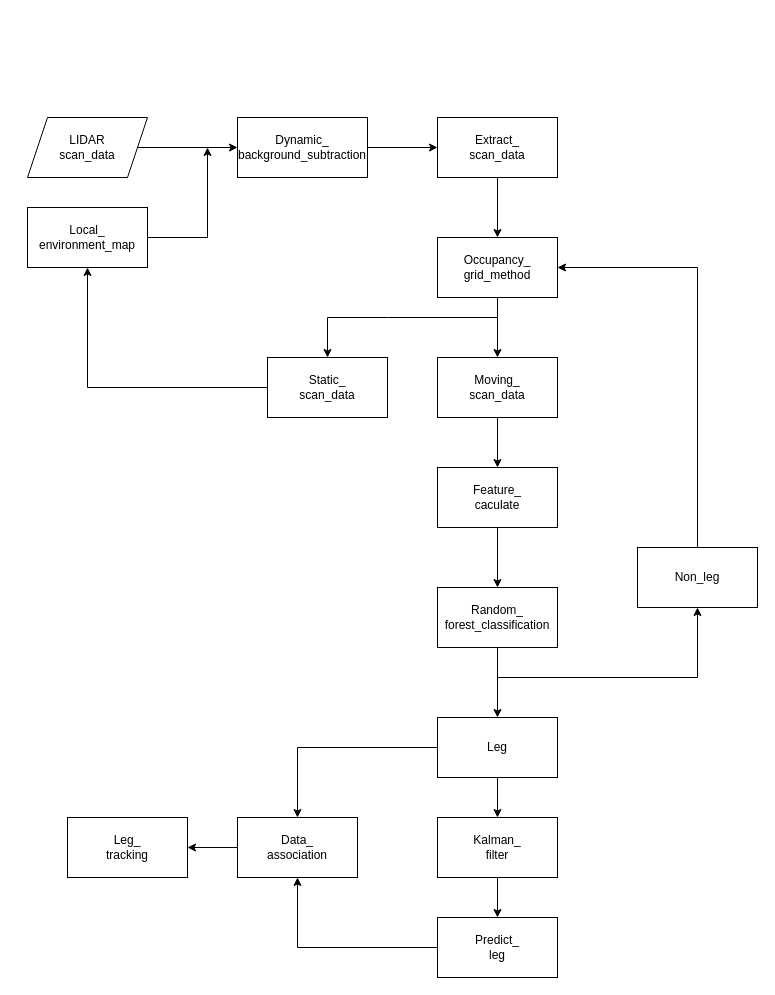
The draw.io diagram leg_detect.drawio in TinyLingTong/git-demo, before the edit. Source tidied: cells renumbered, new cells numbered last; positions are measured from the earlier drawing's top-left corner, leaving out a move shared by most shapes. Both pictures are drawn from the tidied source at 100%, with x=0, y=0 at pixel (27, 117).
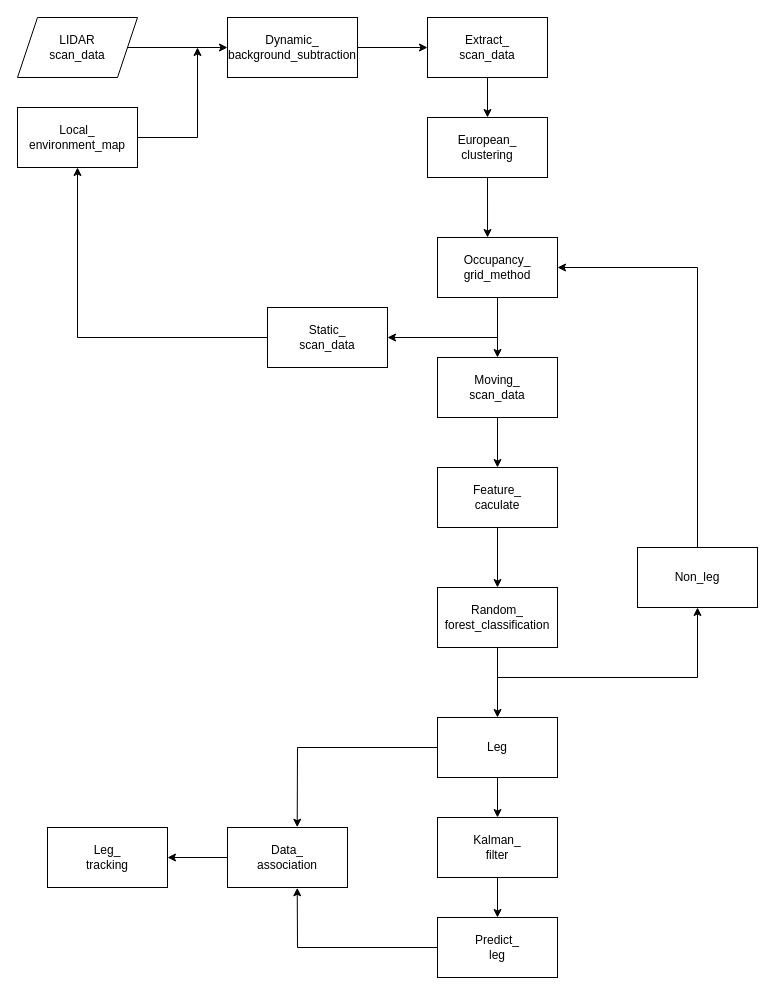
After the change.

Unchanged cells that the change refers to:
```xml
<mxCell id="10" value="&lt;div&gt;Occupancy_&lt;/div&gt;&lt;div&gt;grid_method&lt;br&gt;&lt;/div&gt;" style="rounded=0;whiteSpace=wrap;html=1;" parent="1" vertex="1">
  <mxGeometry x="410" y="120" width="120" height="60" as="geometry" />
</mxCell>
```

What changed in the source:
```diff
@@
     <mxCell id="2" value="&lt;div&gt;LIDAR&lt;/div&gt;&lt;div&gt;scan_data&lt;br&gt;&lt;/div&gt;" style="shape=parallelogram;perimeter=parallelogramPerimeter;whiteSpace=wrap;html=1;fixedSize=1;" parent="1" vertex="1">
-      <mxGeometry width="120" height="60" as="geometry" />
+      <mxGeometry x="-10" y="-100" width="120" height="60" as="geometry" />
     </mxCell>
     <mxCell id="3" value="&lt;div&gt;Local_&lt;/div&gt;&lt;div&gt;environment_map&lt;/div&gt;" style="rounded=0;whiteSpace=wrap;html=1;" parent="1" vertex="1">
-      <mxGeometry y="90" width="120" height="60" as="geometry" />
+      <mxGeometry x="-10" y="-10" width="120" height="60" as="geometry" />
     </mxCell>
     <mxCell id="4" style="endArrow=classic;html=1;rounded=0;" parent="1" edge="1">
       <mxGeometry relative="1" as="geometry">
-        <mxPoint x="110" y="30" as="sourcePoint" />
-        <mxPoint x="210" y="30" as="targetPoint" />
+        <mxPoint x="100" y="-70" as="sourcePoint" />
+        <mxPoint x="200" y="-70" as="targetPoint" />
       </mxGeometry>
     </mxCell>
     <mxCell id="5" style="endArrow=classic;html=1;rounded=0;" parent="1" edge="1">
       <mxGeometry relative="1" as="geometry">
-        <mxPoint x="180" y="120" as="sourcePoint" />
-        <mxPoint x="180" y="30" as="targetPoint" />
+        <mxPoint x="170" y="20" as="sourcePoint" />
+        <mxPoint x="170" y="-70" as="targetPoint" />
       </mxGeometry>
     </mxCell>
     <mxCell id="6" value="&lt;div&gt;Dynamic_&lt;/div&gt;&lt;div&gt;background_subtraction&lt;/div&gt;" style="rounded=0;whiteSpace=wrap;html=1;" parent="1" vertex="1">
-      <mxGeometry x="210" width="130" height="60" as="geometry" />
+      <mxGeometry x="200" y="-100" width="130" height="60" as="geometry" />
     </mxCell>
     <mxCell id="7" style="endArrow=classic;html=1;rounded=0;exitX=1;exitY=0.5;exitDx=0;exitDy=0;" parent="1" edge="1" source="6">
       <mxGeometry relative="1" as="geometry">
-        <mxPoint x="410" y="30" as="targetPoint" />
+        <mxPoint x="400" y="-70" as="targetPoint" />
       </mxGeometry>
     </mxCell>
     <mxCell id="8" value="&lt;div&gt;Extract_&lt;/div&gt;&lt;div&gt;scan_data&lt;br&gt;&lt;/div&gt;" style="rounded=0;whiteSpace=wrap;html=1;" parent="1" vertex="1">
-      <mxGeometry x="410" width="120" height="60" as="geometry" />
+      <mxGeometry x="400" y="-100" width="120" height="60" as="geometry" />
     </mxCell>
     <mxCell id="9" style="endArrow=classic;html=1;rounded=0;exitX=0.5;exitY=1;exitDx=0;exitDy=0;" parent="1" edge="1" source="8">
       <mxGeometry relative="1" as="geometry">
-        <mxPoint x="470" y="120" as="targetPoint" />
+        <mxPoint x="460" as="targetPoint" />
       </mxGeometry>
     </mxCell>
@@
     <mxCell id="15" value="&lt;div&gt;Static_&lt;/div&gt;&lt;div&gt;scan_data&lt;br&gt;&lt;/div&gt;" style="rounded=0;whiteSpace=wrap;html=1;" parent="1" vertex="1">
-      <mxGeometry x="240" y="240" width="120" height="60" as="geometry" />
+      <mxGeometry x="240" y="190" width="120" height="60" as="geometry" />
     </mxCell>
-    <mxCell id="16" style="endArrow=none;html=1;rounded=0;" parent="1" edge="1">
-      <mxGeometry relative="1" as="geometry">
-        <mxPoint x="360" y="200" as="sourcePoint" />
-        <mxPoint x="470" y="200" as="targetPoint" />
-      </mxGeometry>
-    </mxCell>
-    <mxCell id="17" style="endArrow=none;html=1;rounded=0;" parent="1" edge="1">
-      <mxGeometry relative="1" as="geometry">
-        <mxPoint x="300" y="200" as="sourcePoint" />
-        <mxPoint x="360" y="200" as="targetPoint" />
-      </mxGeometry>
-    </mxCell>
-    <mxCell id="18" style="endArrow=classic;html=1;rounded=0;entryX=0.5;entryY=0;entryDx=0;entryDy=0;" parent="1" edge="1" target="15">
+    <mxCell id="18" style="endArrow=classic;html=1;rounded=0;entryX=1;entryY=0.5;entryDx=0;entryDy=0;" parent="1" edge="1" target="15">
       <mxGeometry relative="1" as="geometry">
-        <mxPoint x="300" y="200" as="sourcePoint" />
+        <mxPoint x="470" y="220" as="sourcePoint" />
       </mxGeometry>
     </mxCell>
     <mxCell id="19" style="endArrow=none;html=1;rounded=0;" parent="1" edge="1" source="3">
       <mxGeometry relative="1" as="geometry">
-        <mxPoint x="180" y="120" as="targetPoint" />
+        <mxPoint x="170" y="20" as="targetPoint" />
       </mxGeometry>
     </mxCell>
     <mxCell id="20" style="endArrow=none;html=1;rounded=0;entryX=0;entryY=0.5;entryDx=0;entryDy=0;" parent="1" edge="1" target="15">
       <mxGeometry relative="1" as="geometry">
-        <mxPoint x="60" y="270" as="sourcePoint" />
+        <mxPoint x="50" y="220" as="sourcePoint" />
       </mxGeometry>
     </mxCell>
     <mxCell id="21" style="endArrow=classic;html=1;rounded=0;entryX=0.5;entryY=1;entryDx=0;entryDy=0;" parent="1" edge="1" target="3">
       <mxGeometry relative="1" as="geometry">
-        <mxPoint x="60" y="270" as="sourcePoint" />
+        <mxPoint x="50" y="220" as="sourcePoint" />
       </mxGeometry>
     </mxCell>
@@
-    <mxCell id="37" style="endArrow=classic;html=1;rounded=0;" parent="1" edge="1">
+    <mxCell id="37" style="endArrow=classic;html=1;rounded=0;entryX=0.581;entryY=-0.005;entryDx=0;entryDy=0;entryPerimeter=0;" parent="1" edge="1" target="39">
       <mxGeometry relative="1" as="geometry">
         <mxPoint x="270" y="630" as="sourcePoint" />
-        <mxPoint x="270" y="700" as="targetPoint" />
       </mxGeometry>
     </mxCell>
-    <mxCell id="38" style="endArrow=classic;html=1;rounded=0;entryX=0.5;entryY=1;entryDx=0;entryDy=0;" parent="1" edge="1" target="39">
+    <mxCell id="38" style="endArrow=classic;html=1;rounded=0;entryX=0.581;entryY=1.005;entryDx=0;entryDy=0;entryPerimeter=0;" parent="1" edge="1" target="39">
       <mxGeometry x="0.72" y="-20" relative="1" as="geometry">
         <mxPoint x="270" y="830" as="sourcePoint" />
         <mxPoint y="1" as="offset" />
       </mxGeometry>
     </mxCell>
     <mxCell id="39" value="&lt;div&gt;Data_&lt;/div&gt;&lt;div&gt;association&lt;br&gt;&lt;/div&gt;" style="rounded=0;whiteSpace=wrap;html=1;" parent="1" vertex="1">
-      <mxGeometry x="210" y="700" width="120" height="60" as="geometry" />
+      <mxGeometry x="200" y="710" width="120" height="60" as="geometry" />
     </mxCell>
     <mxCell id="40" value="&lt;div&gt;Leg_&lt;/div&gt;&lt;div&gt;tracking&lt;br&gt;&lt;/div&gt;" style="rounded=0;whiteSpace=wrap;html=1;" parent="1" vertex="1">
-      <mxGeometry x="40" y="700" width="120" height="60" as="geometry" />
+      <mxGeometry x="20" y="710" width="120" height="60" as="geometry" />
     </mxCell>
@@
+    <mxCell id="42" value="&lt;div&gt;European_&lt;/div&gt;&lt;div&gt;clustering&lt;/div&gt;" style="rounded=0;whiteSpace=wrap;html=1;" parent="1" vertex="1">
+      <mxGeometry x="400" width="120" height="60" as="geometry" />
+    </mxCell>
+    <mxCell id="43" style="endArrow=classic;html=1;rounded=0;exitX=0.5;exitY=1;exitDx=0;exitDy=0;entryX=0.417;entryY=0;entryDx=0;entryDy=0;entryPerimeter=0;" parent="1" edge="1" source="42" target="10">
+      <mxGeometry relative="1" as="geometry" />
+    </mxCell>
```
